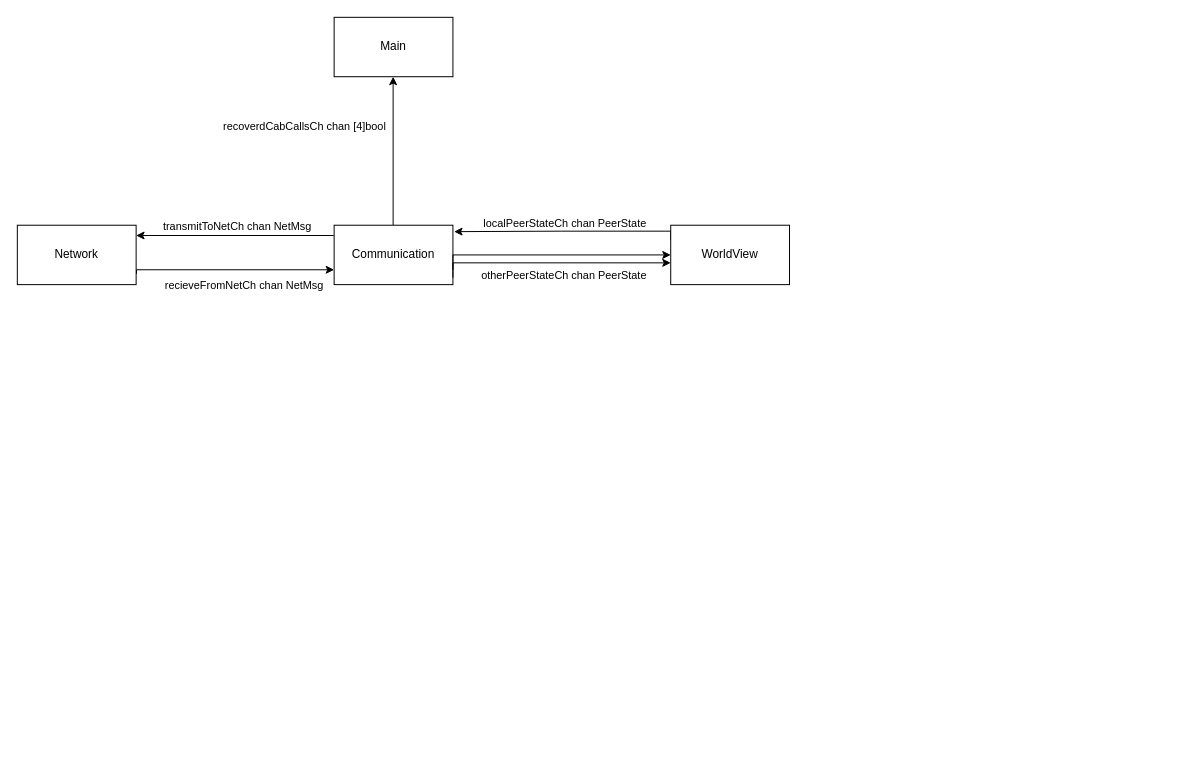
Above: Diagrammer/channels.drawio in MathiasSagerup/Sanntid (draw.io), before the change. Source tidied: cells renumbered, new cells numbered last; positions are measured from the earlier drawing's top-left corner, leaving out a move shared by most shapes. Both pictures are drawn from the tidied source at 99%, with x=0, y=0 at pixel (17, 17).
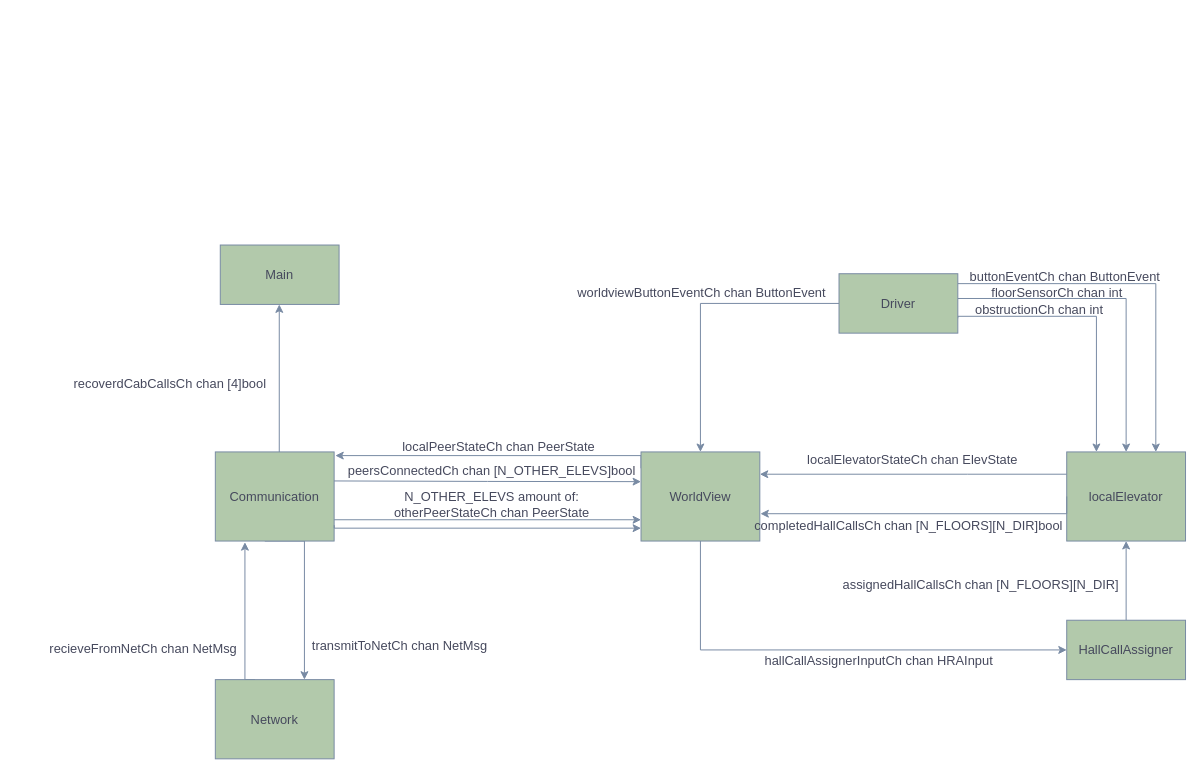
The same diagram, later.

Diff of the diagram source:
```diff
@@
-    <mxCell id="2" style="edgeStyle=orthogonalEdgeStyle;rounded=0;jettySize=auto;html=1;exitX=-0.003;exitY=0.173;exitDx=0;exitDy=0;exitPerimeter=0;" parent="1" edge="1" source="8" target="4">
+    <mxCell id="2" style="edgeStyle=orthogonalEdgeStyle;rounded=0;jettySize=auto;html=1;exitX=0.75;exitY=1;exitDx=0;exitDy=0;entryX=0.75;entryY=0;entryDx=0;entryDy=0;labelBackgroundColor=none;strokeColor=#788AA3;fontColor=default;fontSize=13;" parent="1" edge="1" source="8" target="4">
       <mxGeometry relative="1" as="geometry">
         <Array as="points">
-          <mxPoint x="320" y="220" />
+          <mxPoint x="250" y="529" />
+          <mxPoint x="250" y="457" />
+          <mxPoint x="290" y="457" />
         </Array>
       </mxGeometry>
     </mxCell>
-    <mxCell id="3" value="transmitToNetCh chan NetMsg" style="edgeLabel;html=1;align=center;verticalAlign=middle;" parent="2" vertex="1">
+    <mxCell id="3" value="transmitToNetCh chan NetMsg" style="edgeLabel;html=1;align=center;verticalAlign=middle;labelBackgroundColor=none;fontColor=#46495D;fontSize=13;" parent="2" vertex="1">
       <mxGeometry x="-0.01" relative="1" as="geometry">
-        <mxPoint x="1" y="-10" as="offset" />
+        <mxPoint x="95" y="149" as="offset" />
       </mxGeometry>
     </mxCell>
+    <mxCell id="17" style="edgeStyle=orthogonalEdgeStyle;rounded=0;orthogonalLoop=1;jettySize=auto;html=1;entryX=0.166;entryY=1.013;entryDx=0;entryDy=0;entryPerimeter=0;exitX=0.25;exitY=0;exitDx=0;exitDy=0;labelBackgroundColor=none;strokeColor=#788AA3;fontColor=default;fontSize=13;" parent="1" edge="1">
+      <mxGeometry relative="1" as="geometry">
+        <mxPoint x="240" y="669" as="sourcePoint" />
+        <mxPoint x="229.9" y="530.2" as="targetPoint" />
+        <Array as="points">
+          <mxPoint x="230" y="669" />
+        </Array>
+      </mxGeometry>
+    </mxCell>
+    <mxCell id="13" value="recieveFromNetCh chan NetMsg" style="edgeLabel;html=1;align=center;verticalAlign=middle;labelBackgroundColor=none;fontColor=#46495D;fontSize=13;" parent="17" vertex="1">
+      <mxGeometry x="-0.2" y="1" relative="1" as="geometry">
+        <mxPoint x="-102" y="18" as="offset" />
+      </mxGeometry>
+    </mxCell>
-    <mxCell id="4" value="Network" style="rounded=0;whiteSpace=wrap;html=1;" parent="1" vertex="1">
-      <mxGeometry y="210" width="120" height="60" as="geometry" />
+    <mxCell id="4" value="Network" style="rounded=0;whiteSpace=wrap;html=1;labelBackgroundColor=none;fillColor=#B2C9AB;strokeColor=#788AA3;fontColor=#46495D;fontSize=13;" parent="1" vertex="1">
+      <mxGeometry x="200" y="669" width="120" height="80" as="geometry" />
     </mxCell>
-    <mxCell id="5" style="edgeStyle=orthogonalEdgeStyle;rounded=0;jettySize=auto;html=1;entryX=1.01;entryY=0.108;entryDx=0;entryDy=0;exitX=0;exitY=0.25;exitDx=0;exitDy=0;entryPerimeter=0;" parent="1" edge="1" source="11" target="8">
+    <mxCell id="5" style="edgeStyle=orthogonalEdgeStyle;rounded=0;orthogonalLoop=1;jettySize=auto;html=1;entryX=1.01;entryY=0.108;entryDx=0;entryDy=0;exitX=0;exitY=0.25;exitDx=0;exitDy=0;entryPerimeter=0;labelBackgroundColor=none;strokeColor=#788AA3;fontColor=default;fontSize=13;" parent="1" edge="1">
       <mxGeometry relative="1" as="geometry">
+        <mxPoint x="630" y="455.5" as="sourcePoint" />
+        <mxPoint x="321.2" y="442.7" as="targetPoint" />
         <Array as="points">
-          <mxPoint x="660" y="216" />
-          <mxPoint x="550" y="216" />
+          <mxPoint x="630" y="443" />
         </Array>
       </mxGeometry>
     </mxCell>
-    <mxCell id="6" style="edgeStyle=orthogonalEdgeStyle;rounded=0;orthogonalLoop=1;jettySize=auto;html=1;entryX=0.5;entryY=1;entryDx=0;entryDy=0;" parent="1" edge="1">
+    <mxCell id="6" style="edgeStyle=orthogonalEdgeStyle;rounded=0;orthogonalLoop=1;jettySize=auto;html=1;entryX=0.5;entryY=1;entryDx=0;entryDy=0;labelBackgroundColor=none;strokeColor=#788AA3;fontColor=default;fontSize=13;" parent="1" edge="1">
       <mxGeometry relative="1" as="geometry">
-        <mxPoint x="379.6" y="210" as="sourcePoint" />
-        <mxPoint x="379.6" y="60" as="targetPoint" />
+        <mxPoint x="264.6" y="440" as="sourcePoint" />
+        <mxPoint x="264.6" y="290" as="targetPoint" />
       </mxGeometry>
     </mxCell>
-    <mxCell id="7" value="recoverdCabCallsCh chan [4]bool" style="edgeLabel;html=1;align=center;verticalAlign=middle;" parent="6" vertex="1">
+    <mxCell id="7" value="recoverdCabCallsCh chan [4]bool" style="edgeLabel;html=1;align=center;verticalAlign=middle;labelBackgroundColor=none;fontColor=#46495D;fontSize=13;" parent="6" vertex="1">
       <mxGeometry x="0.18" relative="1" as="geometry">
-        <mxPoint x="-90" y="-12" as="offset" />
+        <mxPoint x="-111" y="18" as="offset" />
       </mxGeometry>
     </mxCell>
+    <mxCell id="18" style="edgeStyle=orthogonalEdgeStyle;rounded=0;orthogonalLoop=1;jettySize=auto;html=1;entryX=0;entryY=0.5;entryDx=0;entryDy=0;exitX=0.99;exitY=0.339;exitDx=0;exitDy=0;exitPerimeter=0;labelBackgroundColor=none;strokeColor=#788AA3;fontColor=default;fontSize=13;" parent="1" edge="1">
+      <mxGeometry relative="1" as="geometry">
+        <mxPoint x="318.8" y="468.3" as="sourcePoint" />
+        <mxPoint x="630" y="469" as="targetPoint" />
+      </mxGeometry>
+    </mxCell>
+    <mxCell id="19" value="peersConnectedCh chan [N_OTHER_ELEVS]bool" style="edgeLabel;html=1;align=center;verticalAlign=middle;labelBackgroundColor=none;fontColor=#46495D;fontSize=13;" parent="18" vertex="1">
+      <mxGeometry x="-0.24" y="2" relative="1" as="geometry">
+        <mxPoint x="41" y="-9" as="offset" />
+      </mxGeometry>
+    </mxCell>
-    <mxCell id="8" value="Communication" style="rounded=0;whiteSpace=wrap;html=1;" parent="1" vertex="1">
-      <mxGeometry x="320" y="210" width="120" height="60" as="geometry" />
+    <mxCell id="8" value="Communication" style="rounded=0;whiteSpace=wrap;html=1;labelBackgroundColor=none;fillColor=#B2C9AB;strokeColor=#788AA3;fontColor=#46495D;fontSize=13;" parent="1" vertex="1">
+      <mxGeometry x="200" y="439" width="120" height="90" as="geometry" />
     </mxCell>
-    <mxCell id="9" style="edgeStyle=orthogonalEdgeStyle;rounded=0;jettySize=auto;html=1;exitX=1;exitY=0.75;exitDx=0;exitDy=0;entryX=0;entryY=0.5;entryDx=0;entryDy=0;" parent="1" edge="1" source="8" target="11">
+    <mxCell id="9" style="edgeStyle=orthogonalEdgeStyle;rounded=0;orthogonalLoop=1;jettySize=auto;html=1;exitX=1;exitY=0.75;exitDx=0;exitDy=0;entryX=0;entryY=0.75;entryDx=0;entryDy=0;labelBackgroundColor=none;strokeColor=#788AA3;fontColor=default;fontSize=13;" parent="1" edge="1">
       <mxGeometry relative="1" as="geometry">
-        <Array as="points">
-          <mxPoint x="440" y="240" />
-        </Array>
+        <mxPoint x="320" y="507.5" as="sourcePoint" />
+        <mxPoint x="630" y="507.5" as="targetPoint" />
       </mxGeometry>
     </mxCell>
-    <mxCell id="10" value="localPeerStateCh chan PeerState" style="edgeLabel;html=1;align=center;verticalAlign=middle;" parent="9" vertex="1">
+    <mxCell id="10" value="localPeerStateCh chan PeerState" style="edgeLabel;html=1;align=center;verticalAlign=middle;labelBackgroundColor=none;fontColor=#46495D;fontSize=13;" parent="9" vertex="1">
       <mxGeometry x="-0.32" y="-2" relative="1" as="geometry">
-        <mxPoint x="47" y="-35" as="offset" />
+        <mxPoint x="60" y="-76" as="offset" />
       </mxGeometry>
     </mxCell>
+    <mxCell id="20" style="edgeStyle=orthogonalEdgeStyle;rounded=0;orthogonalLoop=1;jettySize=auto;html=1;entryX=0;entryY=0.5;entryDx=0;entryDy=0;labelBackgroundColor=none;strokeColor=#788AA3;fontColor=default;fontSize=13;" parent="1" edge="1">
+      <mxGeometry relative="1" as="geometry">
+        <mxPoint x="690" y="519" as="sourcePoint" />
+        <mxPoint x="1060" y="639" as="targetPoint" />
+        <Array as="points">
+          <mxPoint x="690" y="639" />
+        </Array>
+      </mxGeometry>
+    </mxCell>
+    <mxCell id="21" value="hallCallAssignerInputCh chan HRAInput" style="edgeLabel;html=1;align=center;verticalAlign=middle;labelBackgroundColor=none;fontColor=#46495D;fontSize=13;" parent="20" vertex="1">
+      <mxGeometry x="0.22" y="2" relative="1" as="geometry">
+        <mxPoint y="12" as="offset" />
+      </mxGeometry>
+    </mxCell>
-    <mxCell id="11" value="WorldView" style="rounded=0;whiteSpace=wrap;html=1;" parent="1" vertex="1">
-      <mxGeometry x="660" y="210" width="120" height="60" as="geometry" />
+    <mxCell id="11" value="WorldView" style="rounded=0;whiteSpace=wrap;html=1;labelBackgroundColor=none;fillColor=#B2C9AB;strokeColor=#788AA3;fontColor=#46495D;fontSize=13;" parent="1" vertex="1">
+      <mxGeometry x="630" y="439" width="120" height="90" as="geometry" />
     </mxCell>
-    <mxCell id="12" style="edgeStyle=orthogonalEdgeStyle;rounded=0;jettySize=auto;html=1;exitX=1.003;exitY=0.82;exitDx=0;exitDy=0;exitPerimeter=0;entryX=0;entryY=0.75;entryDx=0;entryDy=0;" parent="1" edge="1" source="4" target="8">
-      <mxGeometry relative="1" as="geometry">
-        <Array as="points">
-          <mxPoint x="120" y="255" />
-        </Array>
-      </mxGeometry>
-    </mxCell>
-    <mxCell id="13" value="recieveFromNetCh chan NetMsg" style="edgeLabel;html=1;align=center;verticalAlign=middle;" parent="12" vertex="1">
-      <mxGeometry x="0.05" y="1" relative="1" as="geometry">
-        <mxPoint x="5" y="16" as="offset" />
-      </mxGeometry>
-    </mxCell>
-    <mxCell id="14" value="Main" style="rounded=0;whiteSpace=wrap;html=1;" parent="1" vertex="1">
-      <mxGeometry x="320" width="120" height="60" as="geometry" />
+    <mxCell id="14" value="Main" style="rounded=0;whiteSpace=wrap;html=1;labelBackgroundColor=none;fillColor=#B2C9AB;strokeColor=#788AA3;fontColor=#46495D;fontSize=13;" parent="1" vertex="1">
+      <mxGeometry x="205" y="230" width="120" height="60" as="geometry" />
     </mxCell>
-    <mxCell id="15" style="edgeStyle=orthogonalEdgeStyle;rounded=0;orthogonalLoop=1;jettySize=auto;html=1;exitX=1;exitY=0.75;exitDx=0;exitDy=0;entryX=0;entryY=0.5;entryDx=0;entryDy=0;" parent="1" edge="1">
+    <mxCell id="15" style="edgeStyle=orthogonalEdgeStyle;rounded=0;orthogonalLoop=1;jettySize=auto;html=1;exitX=1.001;exitY=0.911;exitDx=0;exitDy=0;entryX=0;entryY=0.5;entryDx=0;entryDy=0;exitPerimeter=0;labelBackgroundColor=none;strokeColor=#788AA3;fontColor=default;fontSize=13;" parent="1" edge="1">
       <mxGeometry relative="1" as="geometry">
-        <mxPoint x="440" y="263" as="sourcePoint" />
-        <mxPoint x="660" y="248" as="targetPoint" />
+        <mxPoint x="320.1" y="513" as="sourcePoint" />
+        <mxPoint x="630" y="516" as="targetPoint" />
         <Array as="points">
-          <mxPoint x="440" y="248" />
+          <mxPoint x="320" y="516" />
         </Array>
       </mxGeometry>
     </mxCell>
-    <mxCell id="16" value="otherPeerStateCh chan PeerState" style="edgeLabel;html=1;align=center;verticalAlign=middle;" parent="15" vertex="1">
+    <mxCell id="16" value="N_OTHER_ELEVS amount of:&lt;div&gt;otherPeerStateCh chan PeerState&lt;/div&gt;" style="edgeLabel;html=1;align=center;verticalAlign=middle;labelBackgroundColor=none;fontColor=#46495D;fontSize=13;" parent="15" vertex="1">
       <mxGeometry x="-0.04" y="-1" relative="1" as="geometry">
-        <mxPoint x="13" y="11" as="offset" />
+        <mxPoint x="11" y="-26" as="offset" />
       </mxGeometry>
     </mxCell>
+    <mxCell id="22" style="edgeStyle=orthogonalEdgeStyle;rounded=0;jettySize=auto;html=1;entryX=1;entryY=0.25;entryDx=0;entryDy=0;labelBackgroundColor=none;strokeColor=#788AA3;fontColor=default;fontSize=13;" parent="1" edge="1" source="24" target="11">
+      <mxGeometry relative="1" as="geometry">
+        <Array as="points">
+          <mxPoint x="960" y="462" />
+        </Array>
+      </mxGeometry>
+    </mxCell>
+    <mxCell id="23" value="localElevatorStateCh chan ElevState" style="edgeLabel;html=1;align=center;verticalAlign=middle;labelBackgroundColor=none;fontColor=#46495D;fontSize=13;" parent="22" vertex="1">
+      <mxGeometry x="0.13" y="-2" relative="1" as="geometry">
+        <mxPoint x="18" y="-13" as="offset" />
+      </mxGeometry>
+    </mxCell>
+    <mxCell id="24" value="localElevator" style="rounded=0;whiteSpace=wrap;html=1;labelBackgroundColor=none;fillColor=#B2C9AB;strokeColor=#788AA3;fontColor=#46495D;fontSize=13;" parent="1" vertex="1">
+      <mxGeometry x="1060" y="439" width="120" height="90" as="geometry" />
+    </mxCell>
+    <mxCell id="25" style="edgeStyle=orthogonalEdgeStyle;rounded=0;jettySize=auto;html=1;entryX=1.005;entryY=0.86;entryDx=0;entryDy=0;entryPerimeter=0;exitX=0;exitY=0.5;exitDx=0;exitDy=0;labelBackgroundColor=none;strokeColor=#788AA3;fontColor=default;fontSize=13;" parent="1" edge="1" source="24">
+      <mxGeometry relative="1" as="geometry">
+        <mxPoint x="750.6" y="501.4" as="targetPoint" />
+        <Array as="points">
+          <mxPoint x="1060" y="501" />
+        </Array>
+      </mxGeometry>
+    </mxCell>
+    <mxCell id="26" value="completedHallCallsCh chan [N_FLOORS][N_DIR]bool" style="edgeLabel;html=1;align=center;verticalAlign=middle;labelBackgroundColor=none;fontColor=#46495D;fontSize=13;" parent="25" vertex="1">
+      <mxGeometry x="0.16" y="-1" relative="1" as="geometry">
+        <mxPoint x="12" y="12" as="offset" />
+      </mxGeometry>
+    </mxCell>
+    <mxCell id="27" style="edgeStyle=orthogonalEdgeStyle;rounded=0;jettySize=auto;html=1;entryX=0.5;entryY=1;entryDx=0;entryDy=0;labelBackgroundColor=none;strokeColor=#788AA3;fontColor=default;fontSize=13;" parent="1" edge="1" source="29" target="24">
+      <mxGeometry relative="1" as="geometry" />
+    </mxCell>
+    <mxCell id="28" value="assignedHallCallsCh chan [N_FLOORS][N_DIR]" style="edgeLabel;html=1;align=center;verticalAlign=middle;labelBackgroundColor=none;fontColor=#46495D;fontSize=13;" parent="27" vertex="1">
+      <mxGeometry x="0.25" relative="1" as="geometry">
+        <mxPoint x="-148" y="13" as="offset" />
+      </mxGeometry>
+    </mxCell>
+    <mxCell id="29" value="HallCallAssigner" style="rounded=0;whiteSpace=wrap;html=1;labelBackgroundColor=none;fillColor=#B2C9AB;strokeColor=#788AA3;fontColor=#46495D;fontSize=13;" parent="1" vertex="1">
+      <mxGeometry x="1060" y="609" width="120" height="60" as="geometry" />
+    </mxCell>
+    <mxCell id="30" style="edgeStyle=orthogonalEdgeStyle;rounded=0;jettySize=auto;html=1;entryX=0.5;entryY=0;entryDx=0;entryDy=0;labelBackgroundColor=none;strokeColor=#788AA3;fontColor=default;fontSize=13;" parent="1" edge="1" source="38" target="11">
+      <mxGeometry relative="1" as="geometry" />
+    </mxCell>
+    <mxCell id="31" value="worldviewButtonEventCh chan ButtonEvent" style="edgeLabel;html=1;align=center;verticalAlign=middle;labelBackgroundColor=none;fontColor=#46495D;fontSize=13;" parent="30" vertex="1">
+      <mxGeometry x="0.45" relative="1" as="geometry">
+        <mxPoint y="-82" as="offset" />
+      </mxGeometry>
+    </mxCell>
+    <mxCell id="32" style="edgeStyle=orthogonalEdgeStyle;rounded=0;jettySize=auto;html=1;entryX=0.75;entryY=0;entryDx=0;entryDy=0;labelBackgroundColor=none;strokeColor=#788AA3;fontColor=default;fontSize=13;" parent="1" edge="1" source="38" target="24">
+      <mxGeometry relative="1" as="geometry">
+        <Array as="points">
+          <mxPoint x="1150" y="269" />
+        </Array>
+      </mxGeometry>
+    </mxCell>
+    <mxCell id="33" value="buttonEventCh chan ButtonEvent" style="edgeLabel;html=1;align=center;verticalAlign=middle;labelBackgroundColor=none;fontColor=#46495D;fontSize=13;" parent="32" vertex="1">
+      <mxGeometry x="0.53" y="2" relative="1" as="geometry">
+        <mxPoint x="-95" y="-91" as="offset" />
+      </mxGeometry>
+    </mxCell>
+    <mxCell id="34" style="edgeStyle=orthogonalEdgeStyle;rounded=0;jettySize=auto;html=1;entryX=0.5;entryY=0;entryDx=0;entryDy=0;labelBackgroundColor=none;strokeColor=#788AA3;fontColor=default;fontSize=13;" parent="1" edge="1" source="38" target="24">
+      <mxGeometry relative="1" as="geometry">
+        <Array as="points">
+          <mxPoint x="1120" y="284" />
+        </Array>
+      </mxGeometry>
+    </mxCell>
+    <mxCell id="35" value="floorSensorCh chan int" style="edgeLabel;html=1;align=center;verticalAlign=middle;labelBackgroundColor=none;fontColor=#46495D;fontSize=13;" parent="34" vertex="1">
+      <mxGeometry x="-0.35" relative="1" as="geometry">
+        <mxPoint x="-7" y="-7" as="offset" />
+      </mxGeometry>
+    </mxCell>
+    <mxCell id="36" style="edgeStyle=orthogonalEdgeStyle;rounded=0;jettySize=auto;html=1;exitX=1;exitY=0.75;exitDx=0;exitDy=0;entryX=0.25;entryY=0;entryDx=0;entryDy=0;labelBackgroundColor=none;strokeColor=#788AA3;fontColor=default;fontSize=13;" parent="1" edge="1" source="38" target="24">
+      <mxGeometry relative="1" as="geometry">
+        <Array as="points">
+          <mxPoint x="950" y="302" />
+          <mxPoint x="1090" y="302" />
+        </Array>
+      </mxGeometry>
+    </mxCell>
+    <mxCell id="37" value="obstructionCh chan int" style="edgeLabel;html=1;align=center;verticalAlign=middle;labelBackgroundColor=none;fontColor=#46495D;fontSize=13;" parent="36" vertex="1">
+      <mxGeometry x="-0.5" y="2" relative="1" as="geometry">
+        <mxPoint x="13" y="-6" as="offset" />
+      </mxGeometry>
+    </mxCell>
+    <mxCell id="38" value="Driver" style="rounded=0;whiteSpace=wrap;html=1;labelBackgroundColor=none;fillColor=#B2C9AB;strokeColor=#788AA3;fontColor=#46495D;fontSize=13;" parent="1" vertex="1">
+      <mxGeometry x="830" y="259" width="120" height="60" as="geometry" />
+    </mxCell>
```
